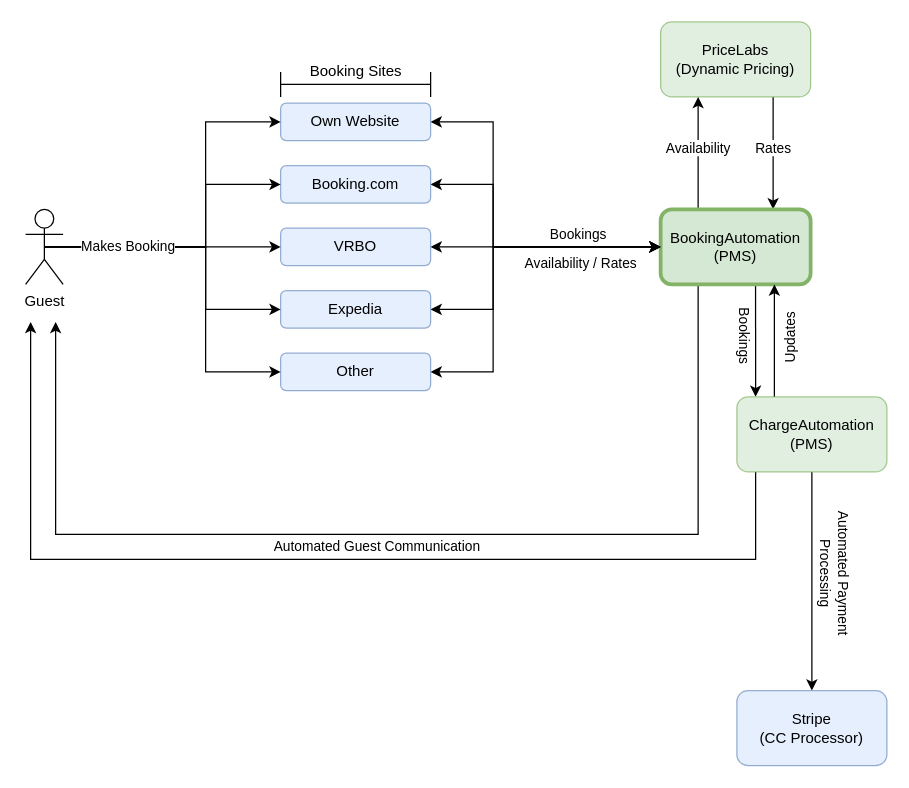
The draw.io diagram DriftwoodVilla.drawio in Carbon-Labs/Diagrams, before the edit. Source tidied: cells renumbered, new cells numbered last; positions are measured from the earlier drawing's top-left corner, leaving out a move shared by most shapes. Both pictures are drawn from the tidied source at 125%, with x=0, y=0 at pixel (25, 21).
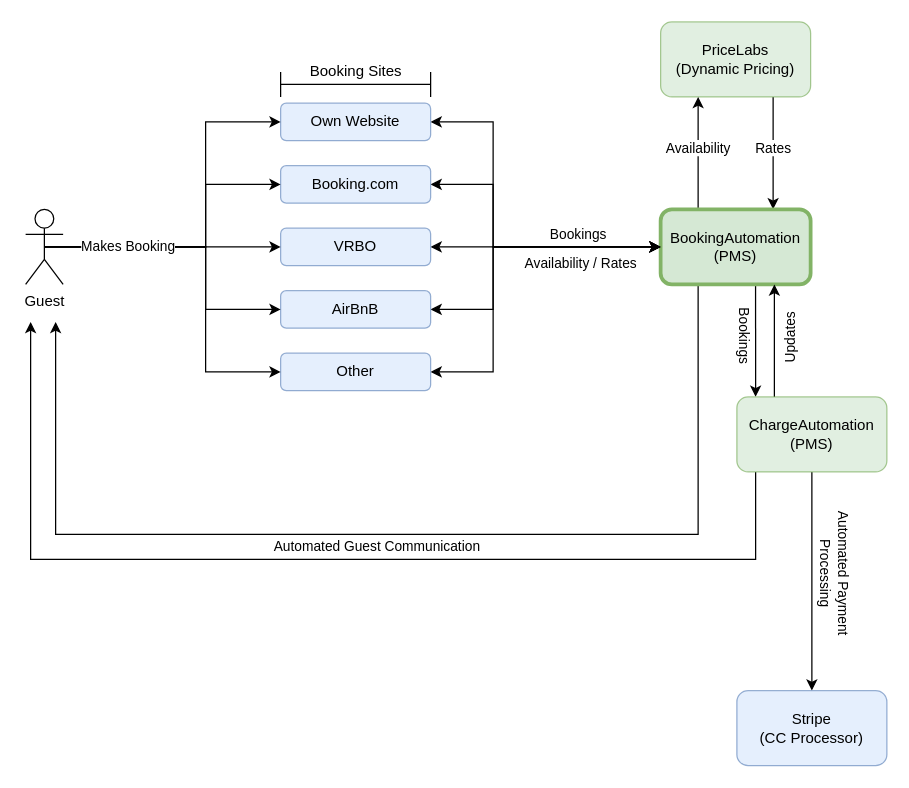
The same page after the edit.

Diff of the diagram source:
```diff
@@
-    <mxCell id="25" value="Expedia" style="rounded=1;whiteSpace=wrap;html=1;fillColor=#dae8fc;strokeColor=#6c8ebf;opacity=70;" parent="1" vertex="1">
+    <mxCell id="25" value="AirBnB" style="rounded=1;whiteSpace=wrap;html=1;fillColor=#dae8fc;strokeColor=#6c8ebf;opacity=70;" parent="1" vertex="1">
       <mxGeometry x="204" y="215" width="120" height="30" as="geometry" />
     </mxCell>
```
